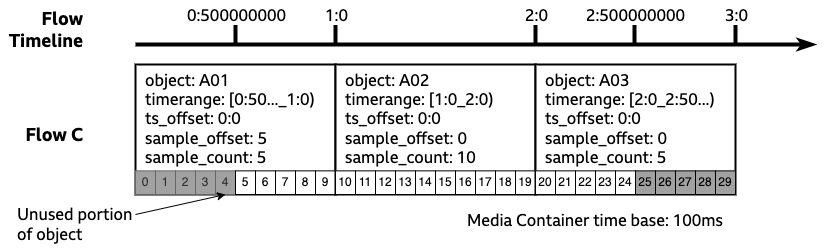
Above: docs/images/Flow and Media Timelines-Flow C.drawio.png in bbc/tams (draw.io), before the change. Source tidied: cells renumbered, new cells last; positions are measured from the earlier drawing's top-left corner, leaving out a move shared by most shapes.
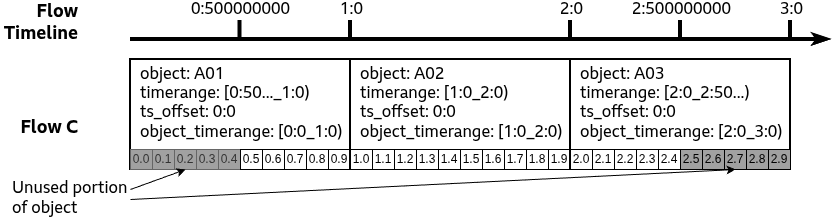
After the change.

Commit message:
Remove references to (deprecated) sample_offset and sample_count from README

Change to the diagram source:
```diff
@@ -5,13 +5,13 @@
     <mxCell id="2" style="endArrow=classicThin;html=1;rounded=0;fontSize=16;strokeWidth=4;fontFamily=BBC Reith Sans;endFill=1;" parent="1" edge="1">
       <mxGeometry relative="1" as="geometry">
         <mxPoint x="130" y="30" as="sourcePoint" />
-        <mxPoint x="810" y="30" as="targetPoint" />
+        <mxPoint x="830" y="30" as="targetPoint" />
       </mxGeometry>
     </mxCell>
     <mxCell id="3" style="endArrow=none;html=1;rounded=0;fontSize=16;strokeWidth=4;fontFamily=BBC Reith Sans;" parent="1" edge="1">
       <mxGeometry relative="1" as="geometry">
-        <mxPoint x="230" y="30" as="sourcePoint" />
-        <mxPoint x="230" y="10" as="targetPoint" />
+        <mxPoint x="239.5" y="30" as="sourcePoint" />
+        <mxPoint x="239.5" y="10" as="targetPoint" />
       </mxGeometry>
     </mxCell>
     <mxCell id="4" value="0:500000000" style="edgeLabel;html=1;align=center;verticalAlign=middle;fontFamily=BBC Reith Sans;fontSize=16;" parent="3" vertex="1">
@@ -21,8 +21,8 @@
     </mxCell>
     <mxCell id="5" style="endArrow=none;html=1;rounded=0;fontSize=16;strokeWidth=4;fontFamily=BBC Reith Sans;" parent="1" edge="1">
       <mxGeometry relative="1" as="geometry">
-        <mxPoint x="330" y="30" as="sourcePoint" />
-        <mxPoint x="330" y="10" as="targetPoint" />
+        <mxPoint x="350" y="30" as="sourcePoint" />
+        <mxPoint x="350" y="10" as="targetPoint" />
       </mxGeometry>
     </mxCell>
     <mxCell id="6" value="1:0" style="edgeLabel;html=1;align=center;verticalAlign=middle;fontFamily=BBC Reith Sans;fontSize=16;" parent="5" vertex="1">
@@ -32,8 +32,8 @@
     </mxCell>
     <mxCell id="7" style="endArrow=none;html=1;rounded=0;fontSize=16;strokeWidth=4;fontFamily=BBC Reith Sans;" parent="1" edge="1">
       <mxGeometry relative="1" as="geometry">
-        <mxPoint x="530" y="30" as="sourcePoint" />
-        <mxPoint x="530" y="10" as="targetPoint" />
+        <mxPoint x="570" y="30" as="sourcePoint" />
+        <mxPoint x="570" y="10" as="targetPoint" />
       </mxGeometry>
     </mxCell>
     <mxCell id="8" value="2:0" style="edgeLabel;html=1;align=center;verticalAlign=middle;fontFamily=BBC Reith Sans;fontSize=16;" parent="7" vertex="1">
@@ -43,8 +43,8 @@
     </mxCell>
     <mxCell id="9" style="endArrow=none;html=1;rounded=0;fontSize=16;strokeWidth=4;fontFamily=BBC Reith Sans;" parent="1" edge="1">
       <mxGeometry relative="1" as="geometry">
-        <mxPoint x="730" y="30" as="sourcePoint" />
-        <mxPoint x="730" y="10" as="targetPoint" />
+        <mxPoint x="790" y="30" as="sourcePoint" />
+        <mxPoint x="790" y="10" as="targetPoint" />
       </mxGeometry>
     </mxCell>
     <mxCell id="10" value="3:0" style="edgeLabel;html=1;align=center;verticalAlign=middle;fontFamily=BBC Reith Sans;fontSize=16;" parent="9" vertex="1">
@@ -58,130 +58,127 @@
     <mxCell id="12" value="Flow C" style="text;html=1;strokeColor=none;fillColor=none;align=right;verticalAlign=middle;whiteSpace=wrap;rounded=0;fontFamily=BBC Reith Sans;fontSize=18;fontStyle=1;" parent="1" vertex="1">
       <mxGeometry y="105" width="80" height="30" as="geometry" />
     </mxCell>
-    <mxCell id="13" style="group;" parent="1" vertex="1">
-      <mxGeometry x="130" y="50" width="200" height="130" as="geometry" />
+    <mxCell id="13" style="group;fontColor=light-dark(#000000,#FFFFFF);" parent="1" vertex="1">
+      <mxGeometry x="130" y="50" width="220" height="110" as="geometry" />
     </mxCell>
-    <mxCell id="14" value="object: A01&lt;br&gt;timerange: [0:50..._1:0)&lt;br&gt;ts_offset: 0:0&lt;br&gt;sample_offset: 5&lt;br style=&quot;border-color: var(--border-color);&quot;&gt;sample_count: 5" style="rounded=0;whiteSpace=wrap;html=1;strokeWidth=2;fontFamily=BBC Reith Sans;fontSize=16;verticalAlign=top;align=left;spacingLeft=8;" parent="13" vertex="1">
-      <mxGeometry width="200" height="130" as="geometry" />
+    <mxCell id="14" value="object: A01&lt;br&gt;timerange: [0:50..._1:0)&lt;br&gt;ts_offset: 0:0&lt;br&gt;object_timerange: [0:0_1:0)" style="rounded=0;whiteSpace=wrap;html=1;strokeWidth=2;fontFamily=BBC Reith Sans;fontSize=16;verticalAlign=top;align=left;spacingLeft=8;" parent="13" vertex="1">
+      <mxGeometry width="220" height="110" as="geometry" />
     </mxCell>
-    <mxCell id="15" value="0" style="rounded=0;whiteSpace=wrap;html=1;fillColor=#A1A1A1;fontColor=#333333;strokeColor=#666666;gradientColor=none;fillStyle=solid;" parent="13" vertex="1">
-      <mxGeometry y="106.4" width="20" height="23.6" as="geometry" />
+    <mxCell id="15" value="0.0" style="rounded=0;whiteSpace=wrap;html=1;fillColor=#A1A1A1;fontColor=light-dark(#333333,#FFFFFF);strokeColor=light-dark(#666666,#FFFFFF);gradientColor=none;fillStyle=solid;" parent="13" vertex="1">
+      <mxGeometry y="90" width="22" height="20" as="geometry" />
     </mxCell>
-    <mxCell id="16" value="1" style="rounded=0;whiteSpace=wrap;html=1;fillColor=#A1A1A1;fontColor=#333333;strokeColor=#666666;gradientColor=none;fillStyle=solid;" parent="13" vertex="1">
-      <mxGeometry x="20" y="106.4" width="20" height="23.6" as="geometry" />
+    <mxCell id="16" value="0.1" style="rounded=0;whiteSpace=wrap;html=1;fillColor=#A1A1A1;fontColor=light-dark(#333333,#FFFFFF);strokeColor=light-dark(#666666,#FFFFFF);gradientColor=none;fillStyle=solid;" parent="13" vertex="1">
+      <mxGeometry x="22" y="90" width="22" height="20" as="geometry" />
     </mxCell>
-    <mxCell id="17" value="2" style="rounded=0;whiteSpace=wrap;html=1;fillColor=#A1A1A1;fontColor=#333333;strokeColor=#666666;gradientColor=none;fillStyle=solid;" parent="13" vertex="1">
-      <mxGeometry x="40" y="106.4" width="20" height="23.6" as="geometry" />
+    <mxCell id="17" value="0.2" style="rounded=0;whiteSpace=wrap;html=1;fillColor=#A1A1A1;fontColor=light-dark(#333333,#FFFFFF);strokeColor=light-dark(#666666,#FFFFFF);gradientColor=none;fillStyle=solid;" parent="13" vertex="1">
+      <mxGeometry x="44" y="90" width="22" height="20" as="geometry" />
     </mxCell>
-    <mxCell id="18" value="3" style="rounded=0;whiteSpace=wrap;html=1;fillColor=#A1A1A1;fontColor=#333333;strokeColor=#666666;gradientColor=none;fillStyle=solid;" parent="13" vertex="1">
-      <mxGeometry x="60" y="106.4" width="20" height="23.6" as="geometry" />
+    <mxCell id="18" value="0.3" style="rounded=0;whiteSpace=wrap;html=1;fillColor=#A1A1A1;fontColor=light-dark(#333333,#FFFFFF);strokeColor=light-dark(#666666,#FFFFFF);gradientColor=none;fillStyle=solid;" parent="13" vertex="1">
+      <mxGeometry x="66" y="90" width="22" height="20" as="geometry" />
     </mxCell>
-    <mxCell id="19" value="4" style="rounded=0;whiteSpace=wrap;html=1;fillColor=#A1A1A1;fontColor=#333333;strokeColor=#666666;gradientColor=none;fillStyle=solid;" parent="13" vertex="1">
-      <mxGeometry x="80" y="106.4" width="20" height="23.6" as="geometry" />
+    <mxCell id="19" value="0.4" style="rounded=0;whiteSpace=wrap;html=1;fillColor=#A1A1A1;fontColor=light-dark(#333333,#FFFFFF);strokeColor=light-dark(#666666,#FFFFFF);gradientColor=none;fillStyle=solid;" parent="13" vertex="1">
+      <mxGeometry x="88" y="90" width="22" height="20" as="geometry" />
     </mxCell>
-    <mxCell id="20" value="5" style="rounded=0;whiteSpace=wrap;html=1;" parent="13" vertex="1">
-      <mxGeometry x="100" y="106.4" width="20" height="23.6" as="geometry" />
+    <mxCell id="20" value="0.5" style="rounded=0;whiteSpace=wrap;html=1;" parent="13" vertex="1">
+      <mxGeometry x="110" y="90" width="22" height="20" as="geometry" />
     </mxCell>
-    <mxCell id="21" value="6" style="rounded=0;whiteSpace=wrap;html=1;" parent="13" vertex="1">
-      <mxGeometry x="120" y="106.4" width="20" height="23.6" as="geometry" />
+    <mxCell id="21" value="0.6" style="rounded=0;whiteSpace=wrap;html=1;" parent="13" vertex="1">
+      <mxGeometry x="132" y="90" width="22" height="20" as="geometry" />
     </mxCell>
-    <mxCell id="22" value="7" style="rounded=0;whiteSpace=wrap;html=1;" parent="13" vertex="1">
-      <mxGeometry x="140" y="106.4" width="20" height="23.6" as="geometry" />
+    <mxCell id="22" value="0.7" style="rounded=0;whiteSpace=wrap;html=1;" parent="13" vertex="1">
+      <mxGeometry x="154" y="90" width="22" height="20" as="geometry" />
     </mxCell>
-    <mxCell id="23" value="8" style="rounded=0;whiteSpace=wrap;html=1;" parent="13" vertex="1">
-      <mxGeometry x="160" y="106.4" width="20" height="23.6" as="geometry" />
+    <mxCell id="23" value="0.8" style="rounded=0;whiteSpace=wrap;html=1;" parent="13" vertex="1">
+      <mxGeometry x="176" y="90" width="22" height="20" as="geometry" />
     </mxCell>
-    <mxCell id="24" value="9" style="rounded=0;whiteSpace=wrap;html=1;" parent="13" vertex="1">
-      <mxGeometry x="180" y="106.4" width="20" height="23.6" as="geometry" />
+    <mxCell id="24" value="0.9" style="rounded=0;whiteSpace=wrap;html=1;" parent="13" vertex="1">
+      <mxGeometry x="198" y="90" width="22" height="20" as="geometry" />
     </mxCell>
     <mxCell id="25" style="group;" parent="1" vertex="1">
-      <mxGeometry x="330" y="50" width="200" height="130" as="geometry" />
+      <mxGeometry x="350" y="50" width="220" height="110" as="geometry" />
     </mxCell>
-    <mxCell id="26" value="object: A02&lt;br&gt;timerange: [1:0_2:0)&lt;br&gt;ts_offset: 0:0&lt;br&gt;sample_offset: 0&lt;br&gt;sample_count: 10" style="rounded=0;whiteSpace=wrap;html=1;strokeWidth=2;fontFamily=BBC Reith Sans;fontSize=16;verticalAlign=top;align=left;spacingLeft=8;" parent="25" vertex="1">
-      <mxGeometry width="200" height="130" as="geometry" />
+    <mxCell id="26" value="object: A02&lt;br&gt;timerange: [1:0_2:0)&lt;br&gt;ts_offset: 0:0&lt;br&gt;object_timerange: [1:0_2:0)" style="rounded=0;whiteSpace=wrap;html=1;strokeWidth=2;fontFamily=BBC Reith Sans;fontSize=16;verticalAlign=top;align=left;spacingLeft=8;" parent="25" vertex="1">
+      <mxGeometry width="220" height="110" as="geometry" />
     </mxCell>
-    <mxCell id="27" value="10" style="rounded=0;whiteSpace=wrap;html=1;" parent="25" vertex="1">
-      <mxGeometry y="106.4" width="20" height="23.6" as="geometry" />
+    <mxCell id="27" value="1.0" style="rounded=0;whiteSpace=wrap;html=1;" parent="25" vertex="1">
+      <mxGeometry y="90" width="22" height="20" as="geometry" />
     </mxCell>
-    <mxCell id="28" value="11" style="rounded=0;whiteSpace=wrap;html=1;" parent="25" vertex="1">
-      <mxGeometry x="20" y="106.4" width="20" height="23.6" as="geometry" />
+    <mxCell id="28" value="1.1" style="rounded=0;whiteSpace=wrap;html=1;" parent="25" vertex="1">
+      <mxGeometry x="22" y="90" width="22" height="20" as="geometry" />
     </mxCell>
-    <mxCell id="29" value="12" style="rounded=0;whiteSpace=wrap;html=1;" parent="25" vertex="1">
-      <mxGeometry x="40" y="106.4" width="20" height="23.6" as="geometry" />
+    <mxCell id="29" value="1.2" style="rounded=0;whiteSpace=wrap;html=1;" parent="25" vertex="1">
+      <mxGeometry x="44" y="90" width="22" height="20" as="geometry" />
     </mxCell>
-    <mxCell id="30" value="13" style="rounded=0;whiteSpace=wrap;html=1;" parent="25" vertex="1">
-      <mxGeometry x="60" y="106.4" width="20" height="23.6" as="geometry" />
+    <mxCell id="30" value="1.3" style="rounded=0;whiteSpace=wrap;html=1;" parent="25" vertex="1">
+      <mxGeometry x="66" y="90" width="22" height="20" as="geometry" />
     </mxCell>
-    <mxCell id="31" value="14" style="rounded=0;whiteSpace=wrap;html=1;" parent="25" vertex="1">
-      <mxGeometry x="80" y="106.4" width="20" height="23.6" as="geometry" />
+    <mxCell id="31" value="1.4" style="rounded=0;whiteSpace=wrap;html=1;" parent="25" vertex="1">
+      <mxGeometry x="88" y="90" width="22" height="20" as="geometry" />
     </mxCell>
-    <mxCell id="32" value="15" style="rounded=0;whiteSpace=wrap;html=1;" parent="25" vertex="1">
-      <mxGeometry x="100" y="106.4" width="20" height="23.6" as="geometry" />
+    <mxCell id="32" value="1.5" style="rounded=0;whiteSpace=wrap;html=1;" parent="25" vertex="1">
+      <mxGeometry x="110" y="90" width="22" height="20" as="geometry" />
     </mxCell>
-    <mxCell id="33" value="16" style="rounded=0;whiteSpace=wrap;html=1;" parent="25" vertex="1">
-      <mxGeometry x="120" y="106.4" width="20" height="23.6" as="geometry" />
+    <mxCell id="33" value="1.6" style="rounded=0;whiteSpace=wrap;html=1;" parent="25" vertex="1">
+      <mxGeometry x="132" y="90" width="22" height="20" as="geometry" />
     </mxCell>
-    <mxCell id="34" value="17" style="rounded=0;whiteSpace=wrap;html=1;" parent="25" vertex="1">
-      <mxGeometry x="140" y="106.4" width="20" height="23.6" as="geometry" />
+    <mxCell id="34" value="1.7" style="rounded=0;whiteSpace=wrap;html=1;" parent="25" vertex="1">
+      <mxGeometry x="154" y="90" width="22" height="20" as="geometry" />
     </mxCell>
-    <mxCell id="35" value="18" style="rounded=0;whiteSpace=wrap;html=1;" parent="25" vertex="1">
-      <mxGeometry x="160" y="106.4" width="20" height="23.6" as="geometry" />
+    <mxCell id="35" value="1.8" style="rounded=0;whiteSpace=wrap;html=1;" parent="25" vertex="1">
+      <mxGeometry x="176" y="90" width="22" height="20" as="geometry" />
     </mxCell>
-    <mxCell id="36" value="19" style="rounded=0;whiteSpace=wrap;html=1;" parent="25" vertex="1">
-      <mxGeometry x="180" y="106.4" width="20" height="23.6" as="geometry" />
+    <mxCell id="36" value="1.9" style="rounded=0;whiteSpace=wrap;html=1;" parent="25" vertex="1">
+      <mxGeometry x="198" y="90" width="22" height="20" as="geometry" />
     </mxCell>
     <mxCell id="37" style="group;" parent="1" vertex="1">
-      <mxGeometry x="530" y="50" width="200" height="130" as="geometry" />
+      <mxGeometry x="570" y="50" width="220" height="110" as="geometry" />
     </mxCell>
-    <mxCell id="38" value="object: A03&lt;br&gt;timerange: [2:0_2:50...)&lt;br&gt;ts_offset: 0:0&lt;br&gt;sample_offset: 0&lt;br&gt;sample_count: 5" style="rounded=0;whiteSpace=wrap;html=1;strokeWidth=2;fontFamily=BBC Reith Sans;fontSize=16;verticalAlign=top;align=left;spacingLeft=8;" parent="37" vertex="1">
-      <mxGeometry width="200" height="130" as="geometry" />
+    <mxCell id="38" value="object: A03&lt;br&gt;timerange: [2:0_2:50...)&lt;br&gt;ts_offset: 0:0&lt;br&gt;object_timerange: [2:0_3:0)" style="rounded=0;whiteSpace=wrap;html=1;strokeWidth=2;fontFamily=BBC Reith Sans;fontSize=16;verticalAlign=top;align=left;spacingLeft=8;" parent="37" vertex="1">
+      <mxGeometry width="220" height="110" as="geometry" />
     </mxCell>
-    <mxCell id="39" value="20" style="rounded=0;whiteSpace=wrap;html=1;" parent="37" vertex="1">
-      <mxGeometry y="106.4" width="20" height="23.6" as="geometry" />
+    <mxCell id="39" value="2.0" style="rounded=0;whiteSpace=wrap;html=1;" parent="37" vertex="1">
+      <mxGeometry y="90" width="22" height="20" as="geometry" />
     </mxCell>
-    <mxCell id="40" value="21" style="rounded=0;whiteSpace=wrap;html=1;" parent="37" vertex="1">
-      <mxGeometry x="20" y="106.4" width="20" height="23.6" as="geometry" />
+    <mxCell id="40" value="2.1" style="rounded=0;whiteSpace=wrap;html=1;" parent="37" vertex="1">
+      <mxGeometry x="22" y="90" width="22" height="20" as="geometry" />
     </mxCell>
-    <mxCell id="41" value="22" style="rounded=0;whiteSpace=wrap;html=1;" parent="37" vertex="1">
-      <mxGeometry x="40" y="106.4" width="20" height="23.6" as="geometry" />
+    <mxCell id="41" value="2.2" style="rounded=0;whiteSpace=wrap;html=1;" parent="37" vertex="1">
+      <mxGeometry x="44" y="90" width="22" height="20" as="geometry" />
     </mxCell>
-    <mxCell id="42" value="23" style="rounded=0;whiteSpace=wrap;html=1;" parent="37" vertex="1">
-      <mxGeometry x="60" y="106.4" width="20" height="23.6" as="geometry" />
+    <mxCell id="42" value="2.3" style="rounded=0;whiteSpace=wrap;html=1;" parent="37" vertex="1">
+      <mxGeometry x="66" y="90" width="22" height="20" as="geometry" />
     </mxCell>
-    <mxCell id="43" value="24" style="rounded=0;whiteSpace=wrap;html=1;" parent="37" vertex="1">
-      <mxGeometry x="80" y="106.4" width="20" height="23.6" as="geometry" />
+    <mxCell id="43" value="2.4" style="rounded=0;whiteSpace=wrap;html=1;" parent="37" vertex="1">
+      <mxGeometry x="88" y="90" width="22" height="20" as="geometry" />
     </mxCell>
-    <mxCell id="44" value="25" style="rounded=0;whiteSpace=wrap;html=1;fillColor=#A1A1A1;fillStyle=solid;" parent="37" vertex="1">
-      <mxGeometry x="100" y="106.4" width="20" height="23.6" as="geometry" />
+    <mxCell id="44" value="2.5" style="rounded=0;whiteSpace=wrap;html=1;fillColor=#A1A1A1;fillStyle=solid;" parent="37" vertex="1">
+      <mxGeometry x="110" y="90" width="22" height="20" as="geometry" />
     </mxCell>
-    <mxCell id="45" value="26" style="rounded=0;whiteSpace=wrap;html=1;fillColor=#A1A1A1;fillStyle=solid;" parent="37" vertex="1">
-      <mxGeometry x="120" y="106.4" width="20" height="23.6" as="geometry" />
+    <mxCell id="45" value="2.6" style="rounded=0;whiteSpace=wrap;html=1;fillColor=#A1A1A1;fillStyle=solid;" parent="37" vertex="1">
+      <mxGeometry x="132" y="90" width="22" height="20" as="geometry" />
     </mxCell>
-    <mxCell id="46" value="27" style="rounded=0;whiteSpace=wrap;html=1;fillColor=#A1A1A1;fillStyle=solid;" parent="37" vertex="1">
-      <mxGeometry x="140" y="106.4" width="20" height="23.6" as="geometry" />
+    <mxCell id="46" value="2.7" style="rounded=0;whiteSpace=wrap;html=1;fillColor=#A1A1A1;fillStyle=solid;" parent="37" vertex="1">
+      <mxGeometry x="154" y="90" width="22" height="20" as="geometry" />
     </mxCell>
-    <mxCell id="47" value="28" style="rounded=0;whiteSpace=wrap;html=1;fillColor=#A1A1A1;fillStyle=solid;" parent="37" vertex="1">
-      <mxGeometry x="160" y="106.4" width="20" height="23.6" as="geometry" />
+    <mxCell id="47" value="2.8" style="rounded=0;whiteSpace=wrap;html=1;fillColor=#A1A1A1;fillStyle=solid;" parent="37" vertex="1">
+      <mxGeometry x="176" y="90" width="22" height="20" as="geometry" />
     </mxCell>
-    <mxCell id="48" value="29" style="rounded=0;whiteSpace=wrap;html=1;fillColor=#A1A1A1;fillStyle=solid;" parent="37" vertex="1">
-      <mxGeometry x="180" y="106.4" width="20" height="23.6" as="geometry" />
+    <mxCell id="48" value="2.9" style="rounded=0;whiteSpace=wrap;html=1;fillColor=#A1A1A1;fillStyle=solid;" parent="37" vertex="1">
+      <mxGeometry x="198" y="90" width="22" height="20" as="geometry" />
     </mxCell>
+    <mxCell id="54" style="rounded=0;jettySize=auto;html=1;exitX=1;exitY=0.5;exitDx=0;exitDy=0;entryX=0.75;entryY=1;entryDx=0;entryDy=0;" parent="1" edge="1" source="49" target="38">
+      <mxGeometry relative="1" as="geometry" />
+    </mxCell>
     <mxCell id="49" value="Unused portion of object" style="text;html=1;strokeColor=none;fillColor=none;align=left;verticalAlign=middle;whiteSpace=wrap;rounded=0;fontFamily=BBC Reith Sans;fontSize=16;" parent="1" vertex="1">
-      <mxGeometry x="10" y="190" width="120" height="40" as="geometry" />
+      <mxGeometry x="10" y="170" width="120" height="40" as="geometry" />
     </mxCell>
-    <mxCell id="50" style="endArrow=classic;html=1;rounded=0;exitX=1;exitY=0.25;exitDx=0;exitDy=0;fontFamily=BBC Reith Sans;entryX=0.5;entryY=1;entryDx=0;entryDy=0;" parent="1" edge="1">
-      <mxGeometry relative="1" as="geometry">
-        <mxPoint x="130" y="200" as="sourcePoint" />
-        <mxPoint x="220" y="180" as="targetPoint" />
-      </mxGeometry>
+    <mxCell id="50" style="endArrow=classic;html=1;rounded=0;exitX=1;exitY=0.25;exitDx=0;exitDy=0;fontFamily=BBC Reith Sans;entryX=0.5;entryY=1;entryDx=0;entryDy=0;" parent="1" edge="1" source="49" target="17">
+      <mxGeometry relative="1" as="geometry" />
     </mxCell>
-    <mxCell id="51" value="&lt;font face=&quot;BBC Reith Sans&quot;&gt;&lt;span style=&quot;font-size: 16px;&quot;&gt;Media Container time base: 100ms&lt;/span&gt;&lt;/font&gt;" style="text;whiteSpace=wrap;html=1;" parent="1" vertex="1">
-      <mxGeometry x="460" y="190" width="270" height="30" as="geometry" />
-    </mxCell>
     <mxCell id="52" style="endArrow=none;html=1;rounded=0;fontSize=16;strokeWidth=4;fontFamily=BBC Reith Sans;" parent="1" edge="1">
       <mxGeometry relative="1" as="geometry">
-        <mxPoint x="629" y="30" as="sourcePoint" />
-        <mxPoint x="629" y="10" as="targetPoint" />
+        <mxPoint x="680" y="30" as="sourcePoint" />
+        <mxPoint x="680" y="10" as="targetPoint" />
       </mxGeometry>
     </mxCell>
     <mxCell id="53" value="2:500000000" style="edgeLabel;html=1;align=center;verticalAlign=middle;fontFamily=BBC Reith Sans;fontSize=16;" parent="52" vertex="1">
```
